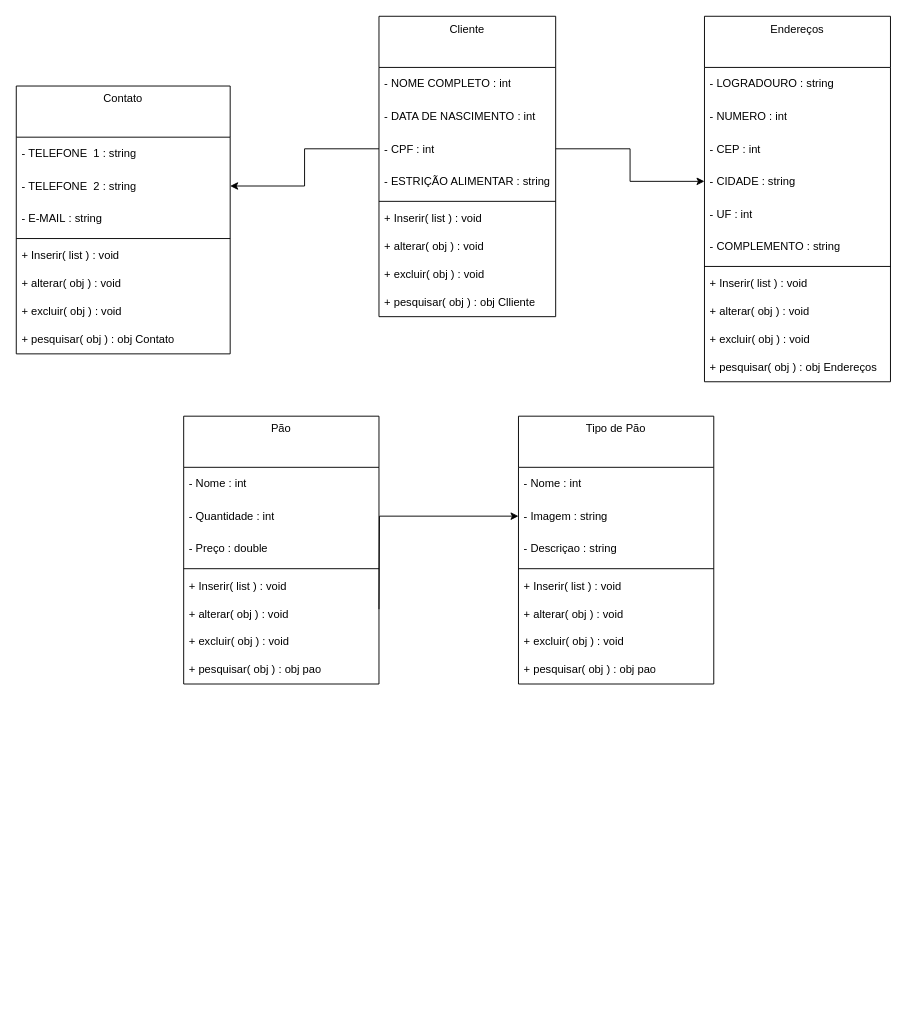
Above: Diagramas/diagrama_de_classes.drawio in LeozinRomeiro/Modelagem_SENAI_CTM (draw.io), before the change. Source tidied: cells renumbered, new cells numbered last; positions are measured from the earlier drawing's top-left corner, leaving out a move shared by most shapes. Both pictures are drawn from the tidied source at 93%, with x=0, y=0 at pixel (16, 16).
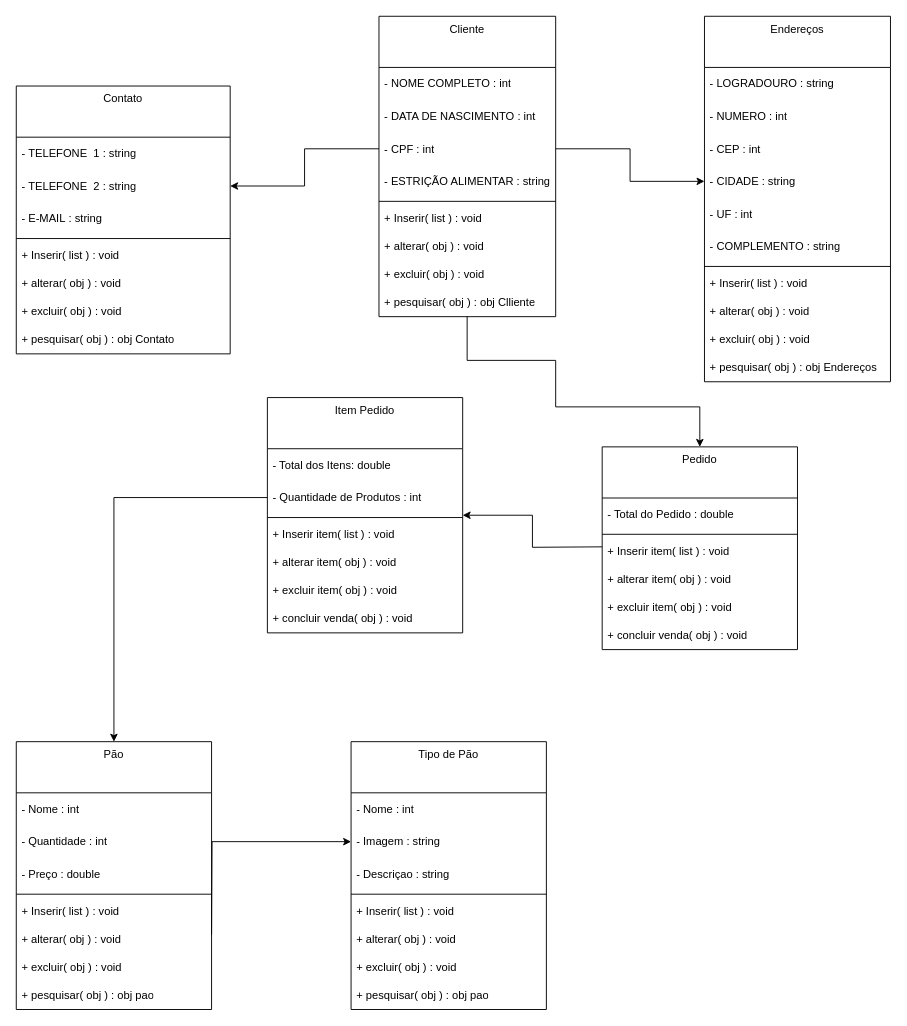
After the change.

The change refers to these unchanged cells:
```xml
<mxCell id="20" value="+ pesquisar( obj ) : obj Clliente" style="text;html=1;strokeColor=none;fillColor=none;align=left;verticalAlign=middle;spacingLeft=4;spacingRight=4;overflow=hidden;points=[[0,0.5],[1,0.5]];portConstraint=eastwest;whiteSpace=wrap;" parent="11" vertex="1">
  <mxGeometry y="293" width="190" height="30" as="geometry" />
</mxCell>
<mxCell id="46" value="- Imagem : string" style="text;html=1;strokeColor=none;fillColor=none;align=left;verticalAlign=middle;spacingLeft=4;spacingRight=4;overflow=hidden;points=[[0,0.5],[1,0.5]];portConstraint=eastwest;whiteSpace=wrap;" parent="44" vertex="1">
  <mxGeometry y="90" width="210" height="35" as="geometry" />
</mxCell>
```

Change to the diagram source:
```diff
@@
     <mxCell id="2" value="Pão" style="swimlane;fontStyle=0;align=center;verticalAlign=top;horizontal=1;startSize=55;html=1;whiteSpace=wrap;" parent="1" vertex="1">
-      <mxGeometry x="180" y="430" width="210" height="288" as="geometry" />
+      <mxGeometry y="780" width="210" height="288" as="geometry" />
     </mxCell>
@@
+    <mxCell id="54" style="edgeStyle=orthogonalEdgeStyle;rounded=0;jettySize=auto;html=1;entryX=0.5;entryY=0;entryDx=0;entryDy=0;exitX=0.499;exitY=0.984;exitDx=0;exitDy=0;exitPerimeter=0;" parent="1" edge="1" source="20" target="64">
+      <mxGeometry relative="1" as="geometry">
+        <Array as="points">
+          <mxPoint x="485" y="370" />
+          <mxPoint x="580" y="370" />
+          <mxPoint x="580" y="420" />
+          <mxPoint x="735" y="420" />
+        </Array>
+      </mxGeometry>
+    </mxCell>
@@
     <mxCell id="44" value="Tipo de Pão" style="swimlane;fontStyle=0;align=center;verticalAlign=top;horizontal=1;startSize=55;html=1;whiteSpace=wrap;" parent="1" vertex="1">
-      <mxGeometry x="540" y="430" width="210" height="288" as="geometry" />
+      <mxGeometry x="360" y="780" width="210" height="288" as="geometry" />
     </mxCell>
@@
     <mxCell id="53" style="edgeStyle=orthogonalEdgeStyle;rounded=0;jettySize=auto;html=1;entryX=0;entryY=0.5;entryDx=0;entryDy=0;" parent="1" edge="1" target="46">
       <mxGeometry relative="1" as="geometry">
-        <mxPoint x="390" y="637.5" as="sourcePoint" />
+        <mxPoint x="210" y="987.5" as="sourcePoint" />
       </mxGeometry>
     </mxCell>
+    <mxCell id="55" value="Item Pedido" style="swimlane;fontStyle=0;align=center;verticalAlign=top;horizontal=1;startSize=55;html=1;whiteSpace=wrap;" parent="1" vertex="1">
+      <mxGeometry x="270" y="410" width="210" height="253" as="geometry" />
+    </mxCell>
+    <mxCell id="56" value="- Total dos Itens: double" style="text;html=1;strokeColor=none;fillColor=none;align=left;verticalAlign=middle;spacingLeft=4;spacingRight=4;overflow=hidden;whiteSpace=wrap;" parent="55" vertex="1">
+      <mxGeometry y="55" width="210" height="35" as="geometry" />
+    </mxCell>
+    <mxCell id="57" value="- Quantidade de Produtos : int" style="text;html=1;strokeColor=none;fillColor=none;align=left;verticalAlign=middle;spacingLeft=4;spacingRight=4;overflow=hidden;points=[[0,0.5],[1,0.5]];portConstraint=eastwest;whiteSpace=wrap;" parent="55" vertex="1">
+      <mxGeometry y="90" width="210" height="35" as="geometry" />
+    </mxCell>
+    <mxCell id="58" style="line;strokeWidth=1;fillColor=none;align=left;verticalAlign=middle;spacingTop=-1;spacingLeft=3;spacingRight=3;labelPosition=right;" parent="55" vertex="1">
+      <mxGeometry y="125" width="210" height="8" as="geometry" />
+    </mxCell>
+    <mxCell id="59" value="+ Inserir item( list ) : void" style="text;html=1;strokeColor=none;fillColor=none;align=left;verticalAlign=middle;spacingLeft=4;spacingRight=4;overflow=hidden;whiteSpace=wrap;" parent="55" vertex="1">
+      <mxGeometry y="133" width="210" height="30" as="geometry" />
+    </mxCell>
+    <mxCell id="60" value="+ alterar item( obj ) : void" style="text;html=1;strokeColor=none;fillColor=none;align=left;verticalAlign=middle;spacingLeft=4;spacingRight=4;overflow=hidden;whiteSpace=wrap;" parent="55" vertex="1">
+      <mxGeometry y="163" width="210" height="30" as="geometry" />
+    </mxCell>
+    <mxCell id="61" value="+ excluir item( obj ) : void" style="text;html=1;strokeColor=none;fillColor=none;align=left;verticalAlign=middle;spacingLeft=4;spacingRight=4;overflow=hidden;whiteSpace=wrap;" parent="55" vertex="1">
+      <mxGeometry y="193" width="210" height="30" as="geometry" />
+    </mxCell>
+    <mxCell id="62" value="+ concluir venda( obj ) : void" style="text;html=1;strokeColor=none;fillColor=none;align=left;verticalAlign=middle;spacingLeft=4;spacingRight=4;overflow=hidden;whiteSpace=wrap;" parent="55" vertex="1">
+      <mxGeometry y="223" width="210" height="30" as="geometry" />
+    </mxCell>
+    <mxCell id="63" style="edgeStyle=orthogonalEdgeStyle;rounded=0;jettySize=auto;html=1;entryX=0.5;entryY=0;entryDx=0;entryDy=0;" parent="1" edge="1" source="57" target="2">
+      <mxGeometry relative="1" as="geometry" />
+    </mxCell>
+    <mxCell id="64" value="Pedido" style="swimlane;fontStyle=0;align=center;verticalAlign=top;horizontal=1;startSize=55;html=1;whiteSpace=wrap;" parent="1" vertex="1">
+      <mxGeometry x="630" y="463" width="210" height="218" as="geometry" />
+    </mxCell>
+    <mxCell id="65" value="- Total do Pedido : double" style="text;html=1;strokeColor=none;fillColor=none;align=left;verticalAlign=middle;spacingLeft=4;spacingRight=4;overflow=hidden;whiteSpace=wrap;" parent="64" vertex="1">
+      <mxGeometry y="55" width="210" height="35" as="geometry" />
+    </mxCell>
+    <mxCell id="66" style="line;strokeWidth=1;fillColor=none;align=left;verticalAlign=middle;spacingTop=-1;spacingLeft=3;spacingRight=3;labelPosition=right;" parent="64" vertex="1">
+      <mxGeometry y="90" width="210" height="8" as="geometry" />
+    </mxCell>
+    <mxCell id="67" value="+ Inserir item( list ) : void" style="text;html=1;strokeColor=none;fillColor=none;align=left;verticalAlign=middle;spacingLeft=4;spacingRight=4;overflow=hidden;whiteSpace=wrap;" parent="64" vertex="1">
+      <mxGeometry y="98" width="210" height="30" as="geometry" />
+    </mxCell>
+    <mxCell id="68" value="+ alterar item( obj ) : void" style="text;html=1;strokeColor=none;fillColor=none;align=left;verticalAlign=middle;spacingLeft=4;spacingRight=4;overflow=hidden;whiteSpace=wrap;" parent="64" vertex="1">
+      <mxGeometry y="128" width="210" height="30" as="geometry" />
+    </mxCell>
+    <mxCell id="69" value="+ excluir item( obj ) : void" style="text;html=1;strokeColor=none;fillColor=none;align=left;verticalAlign=middle;spacingLeft=4;spacingRight=4;overflow=hidden;whiteSpace=wrap;" parent="64" vertex="1">
+      <mxGeometry y="158" width="210" height="30" as="geometry" />
+    </mxCell>
+    <mxCell id="70" value="+ concluir venda( obj ) : void" style="text;html=1;strokeColor=none;fillColor=none;align=left;verticalAlign=middle;spacingLeft=4;spacingRight=4;overflow=hidden;whiteSpace=wrap;" parent="64" vertex="1">
+      <mxGeometry y="188" width="210" height="30" as="geometry" />
+    </mxCell>
+    <mxCell id="71" style="edgeStyle=orthogonalEdgeStyle;rounded=0;jettySize=auto;html=1;" parent="1" edge="1" target="55">
+      <mxGeometry relative="1" as="geometry">
+        <mxPoint x="630" y="570.5" as="sourcePoint" />
+      </mxGeometry>
+    </mxCell>
```
